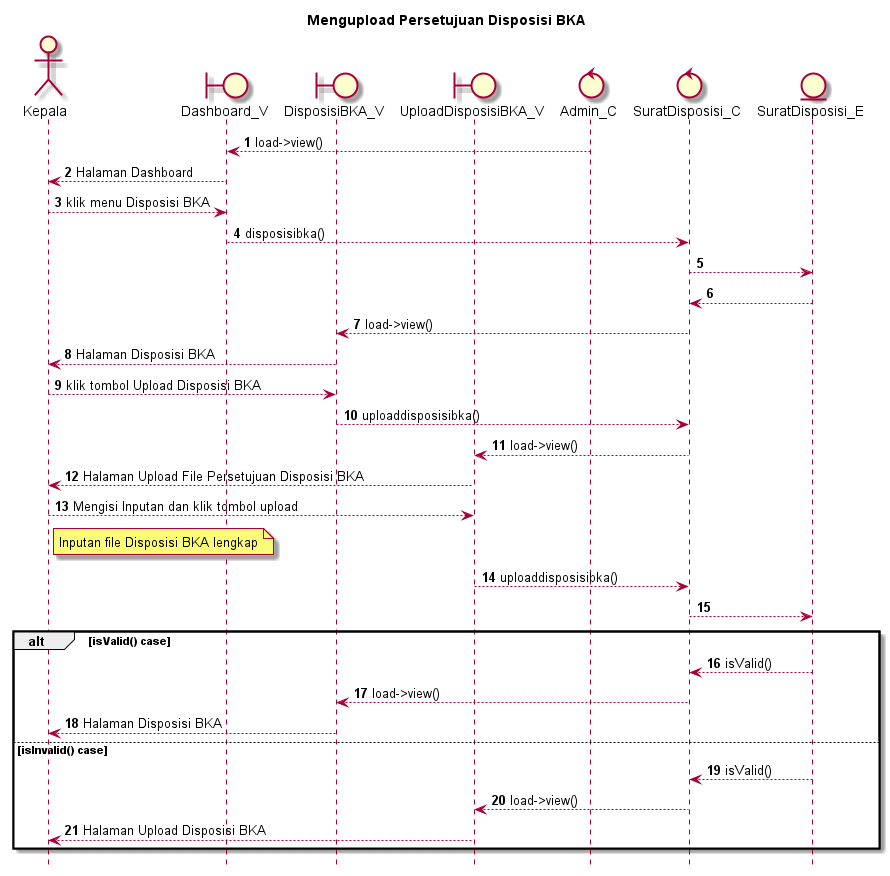
This is SELAIN SISTEM/UML/SEQUENCE/out/kepala/AA_SUDAH/UploadPersetujuanDisposisiBKA/Mengupload Persetujuan Disposisi BKA.png from kurniado729/sistem_kp, a PlantUML export, as it was before one commit. Source of this version:
```plantuml
@startuml

autonumber
hide footbox
title Mengupload Persetujuan Disposisi BKA

Actor Kepala
boundary Dashboard_V
boundary DisposisiBKA_V
boundary UploadDisposisiBKA_V
control Admin_C
control SuratDisposisi_C
Entity SuratDisposisi_E

Admin_C --> Dashboard_V: load->view()
Dashboard_V --> Kepala: Halaman Dashboard
Kepala --> Dashboard_V: klik menu Disposisi BKA
Dashboard_V --> SuratDisposisi_C: disposisibka()
SuratDisposisi_C --> SuratDisposisi_E:

    SuratDisposisi_E --> SuratDisposisi_C:
    SuratDisposisi_C --> DisposisiBKA_V: load->view()
    DisposisiBKA_V --> Kepala: Halaman Disposisi BKA

Kepala --> DisposisiBKA_V: klik tombol Upload Disposisi BKA
DisposisiBKA_V --> SuratDisposisi_C: uploaddisposisibka()
SuratDisposisi_C --> UploadDisposisiBKA_V: load->view()
UploadDisposisiBKA_V --> Kepala: Halaman Upload File Persetujuan Disposisi BKA

Kepala --> UploadDisposisiBKA_V: Mengisi Inputan dan klik tombol upload
    note right of Kepala
        Inputan file Disposisi BKA lengkap
            end note
UploadDisposisiBKA_V --> SuratDisposisi_C: uploaddisposisibka()
SuratDisposisi_C --> SuratDisposisi_E:

alt isValid() case

    SuratDisposisi_E --> SuratDisposisi_C: isValid()
    SuratDisposisi_C --> DisposisiBKA_V: load->view()
    DisposisiBKA_V --> Kepala: Halaman Disposisi BKA

else isInvalid() case

    SuratDisposisi_E --> SuratDisposisi_C: isValid()
    SuratDisposisi_C --> UploadDisposisiBKA_V: load->view()
    UploadDisposisiBKA_V --> Kepala: Halaman Upload Disposisi BKA

end
@enduml
```
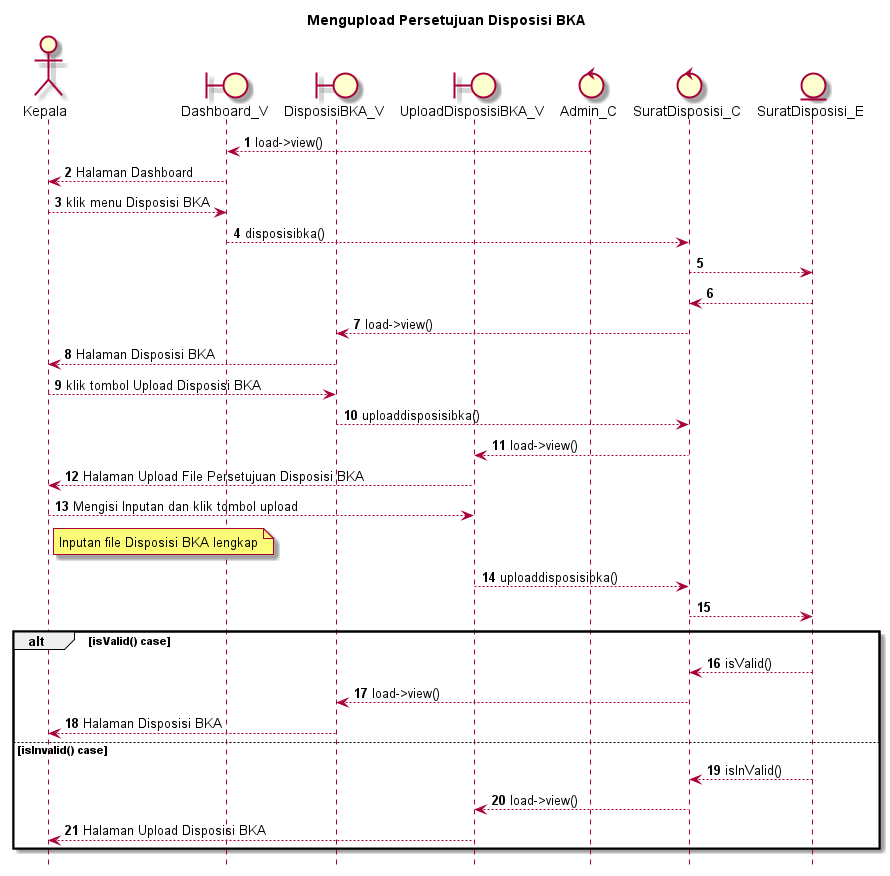
Later version of the same file.

The edit, as a diff of the source:
```diff
@@ -42,7 +42,7 @@
 
 else isInvalid() case
 
-    SuratDisposisi_E --> SuratDisposisi_C: isValid()
+    SuratDisposisi_E --> SuratDisposisi_C: isInValid()
     SuratDisposisi_C --> UploadDisposisiBKA_V: load->view()
     UploadDisposisiBKA_V --> Kepala: Halaman Upload Disposisi BKA
 
```
